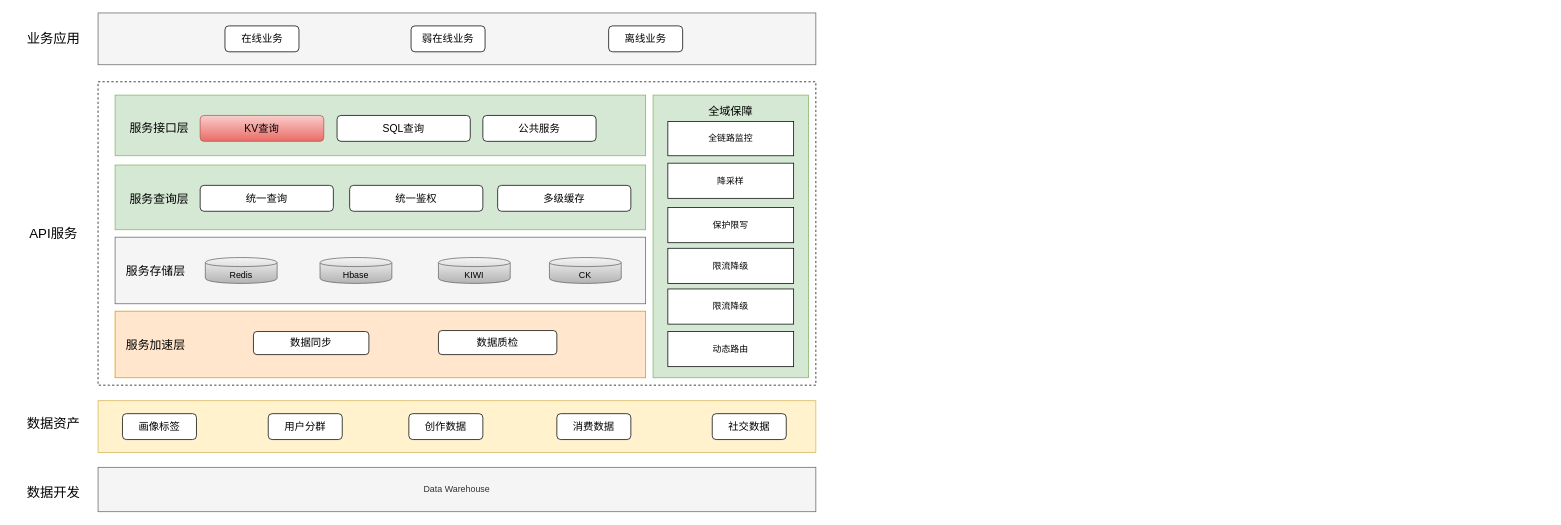
This is API服务架构图解.drawio from FlyThroughAir/DrawHere, a draw.io file, before an edit. Source tidied: cells renumbered, new cells numbered last; positions are measured from the earlier drawing's top-left corner, leaving out a move shared by most shapes. Both pictures are drawn from the tidied source at 74%, with x=0, y=0 at pixel (13, 13).
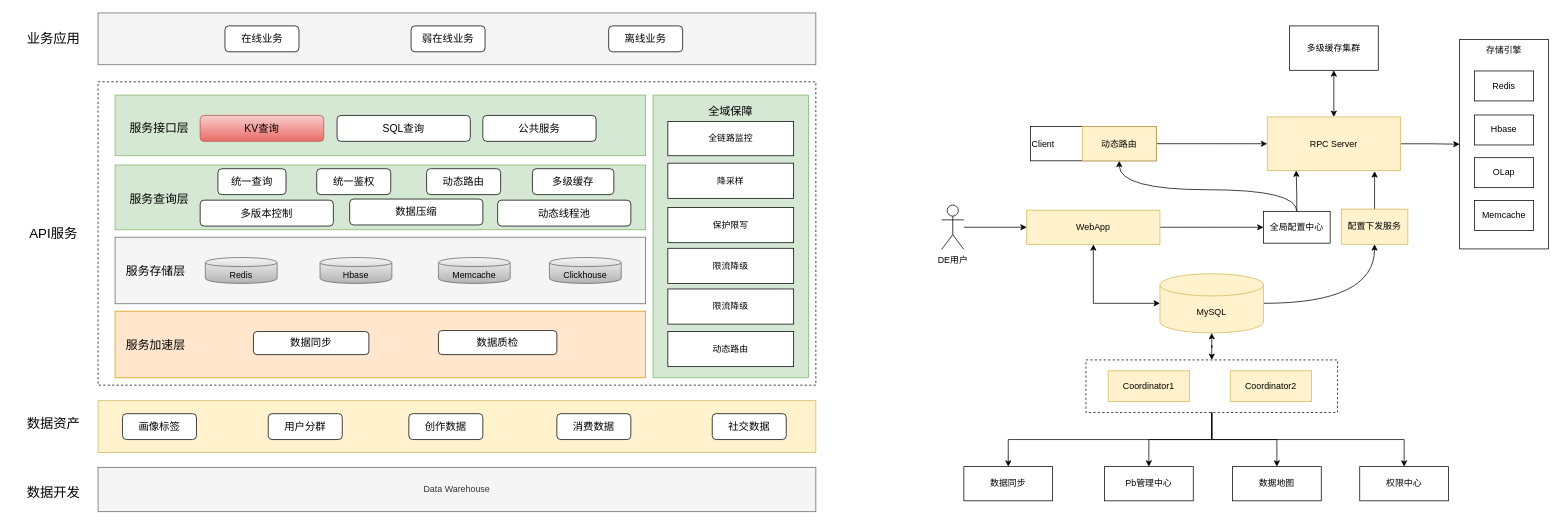
The same diagram, later.

Commit message:
更新API服务架构图解.drawio

Diff of the diagram source:
```diff
@@
+    <mxCell id="46" style="rounded=0;whiteSpace=wrap;html=1;dashed=1;" parent="1" vertex="1">
+      <mxGeometry x="1450" y="468.9" width="340" height="71" as="geometry" />
+    </mxCell>
@@
     <mxCell id="31" value="&lt;span style=&quot;font-size: 14px&quot;&gt;统一查询&lt;/span&gt;" style="rounded=1;whiteSpace=wrap;html=1;" parent="1" vertex="1">
-      <mxGeometry x="253" y="233" width="180" height="35" as="geometry" />
+      <mxGeometry x="277" y="210.5" width="92" height="35" as="geometry" />
     </mxCell>
     <mxCell id="32" value="&lt;span style=&quot;font-size: 14px&quot;&gt;统一鉴权&lt;/span&gt;" style="rounded=1;whiteSpace=wrap;html=1;" parent="1" vertex="1">
-      <mxGeometry x="455" y="233" width="180" height="35" as="geometry" />
+      <mxGeometry x="410.5" y="210.5" width="100" height="35" as="geometry" />
     </mxCell>
     <mxCell id="33" value="&lt;span style=&quot;font-size: 14px&quot;&gt;多级缓存&lt;/span&gt;" style="rounded=1;whiteSpace=wrap;html=1;" parent="1" vertex="1">
-      <mxGeometry x="655" y="233" width="180" height="35" as="geometry" />
+      <mxGeometry x="702" y="210.5" width="110" height="35" as="geometry" />
     </mxCell>
@@
-    <mxCell id="36" value="KIWI" style="shape=cylinder;whiteSpace=wrap;html=1;boundedLbl=1;backgroundOutline=1;fillColor=#f5f5f5;strokeColor=#666666;gradientColor=#b3b3b3;" parent="1" vertex="1">
+    <mxCell id="36" value="Memcache" style="shape=cylinder;whiteSpace=wrap;html=1;boundedLbl=1;backgroundOutline=1;fillColor=#f5f5f5;strokeColor=#666666;gradientColor=#b3b3b3;" parent="1" vertex="1">
       <mxGeometry x="575" y="330.5" width="97" height="35" as="geometry" />
     </mxCell>
-    <mxCell id="37" value="CK" style="shape=cylinder;whiteSpace=wrap;html=1;boundedLbl=1;backgroundOutline=1;gradientColor=#b3b3b3;fillColor=#f5f5f5;strokeColor=#666666;" parent="1" vertex="1">
+    <mxCell id="37" value="Clickhouse" style="shape=cylinder;whiteSpace=wrap;html=1;boundedLbl=1;backgroundOutline=1;gradientColor=#b3b3b3;fillColor=#f5f5f5;strokeColor=#666666;" parent="1" vertex="1">
       <mxGeometry x="725" y="330.5" width="97" height="35" as="geometry" />
     </mxCell>
@@
+    <mxCell id="47" style="edgeStyle=orthogonalEdgeStyle;rounded=0;jettySize=auto;html=1;startArrow=classic;startFill=1;" parent="1" edge="1" source="49" target="68">
+      <mxGeometry relative="1" as="geometry" />
+    </mxCell>
+    <mxCell id="48" style="edgeStyle=orthogonalEdgeStyle;rounded=0;jettySize=auto;html=1;entryX=0;entryY=0.5;entryDx=0;entryDy=0;" parent="1" edge="1" source="49" target="69">
+      <mxGeometry relative="1" as="geometry" />
+    </mxCell>
+    <mxCell id="49" value="RPC Server" style="rounded=0;whiteSpace=wrap;html=1;fillColor=#fff2cc;strokeColor=#d6b656;" parent="1" vertex="1">
+      <mxGeometry x="1695" y="140.5" width="180" height="72.5" as="geometry" />
+    </mxCell>
+    <mxCell id="50" style="edgeStyle=orthogonalEdgeStyle;curved=1;rounded=0;jettySize=auto;html=1;entryX=0.217;entryY=0.998;entryDx=0;entryDy=0;entryPerimeter=0;startArrow=none;startFill=0;" parent="1" edge="1" source="52" target="49">
+      <mxGeometry relative="1" as="geometry" />
+    </mxCell>
+    <mxCell id="51" style="edgeStyle=orthogonalEdgeStyle;curved=1;rounded=0;jettySize=auto;html=1;startArrow=none;startFill=0;" parent="1" edge="1" source="52" target="82">
+      <mxGeometry relative="1" as="geometry">
+        <Array as="points">
+          <mxPoint x="1735" y="238.9" />
+          <mxPoint x="1495" y="238.9" />
+        </Array>
+      </mxGeometry>
+    </mxCell>
+    <mxCell id="52" value="全局配置中心" style="rounded=0;whiteSpace=wrap;html=1;" parent="1" vertex="1">
+      <mxGeometry x="1690" y="268.1" width="90" height="43" as="geometry" />
+    </mxCell>
+    <mxCell id="53" style="edgeStyle=orthogonalEdgeStyle;curved=1;rounded=0;jettySize=auto;html=1;entryX=0.5;entryY=1;entryDx=0;entryDy=0;startArrow=none;startFill=0;" parent="1" edge="1" source="54" target="84">
+      <mxGeometry relative="1" as="geometry" />
+    </mxCell>
+    <mxCell id="54" value="MySQL" style="shape=cylinder3;whiteSpace=wrap;html=1;boundedLbl=1;backgroundOutline=1;size=15;fillColor=#fff2cc;strokeColor=#d6b656;" parent="1" vertex="1">
+      <mxGeometry x="1550" y="352.4" width="140" height="80" as="geometry" />
+    </mxCell>
+    <mxCell id="55" style="edgeStyle=orthogonalEdgeStyle;rounded=0;jettySize=auto;html=1;entryX=0;entryY=0.5;entryDx=0;entryDy=0;entryPerimeter=0;exitX=0.5;exitY=1;exitDx=0;exitDy=0;startArrow=classic;startFill=1;" parent="1" edge="1" source="57" target="54">
+      <mxGeometry relative="1" as="geometry" />
+    </mxCell>
+    <mxCell id="56" style="edgeStyle=orthogonalEdgeStyle;curved=1;rounded=0;jettySize=auto;html=1;entryX=0;entryY=0.5;entryDx=0;entryDy=0;startArrow=none;startFill=0;" parent="1" edge="1" source="57" target="52">
+      <mxGeometry relative="1" as="geometry" />
+    </mxCell>
+    <mxCell id="57" value="WebApp" style="rounded=0;whiteSpace=wrap;html=1;fillColor=#fff2cc;strokeColor=#d6b656;" parent="1" vertex="1">
+      <mxGeometry x="1370" y="266.5" width="180" height="46.2" as="geometry" />
+    </mxCell>
+    <mxCell id="58" style="edgeStyle=orthogonalEdgeStyle;rounded=0;jettySize=auto;html=1;" parent="1" edge="1" source="59" target="57">
+      <mxGeometry relative="1" as="geometry" />
+    </mxCell>
+    <mxCell id="59" value="DE用户" style="shape=umlActor;verticalLabelPosition=bottom;verticalAlign=top;html=1;outlineConnect=0;" parent="1" vertex="1">
+      <mxGeometry x="1255" y="259.6" width="30" height="60" as="geometry" />
+    </mxCell>
+    <mxCell id="60" style="edgeStyle=orthogonalEdgeStyle;rounded=0;jettySize=auto;html=1;startArrow=classic;startFill=1;" parent="1" edge="1" source="46" target="54">
+      <mxGeometry relative="1" as="geometry" />
+    </mxCell>
+    <mxCell id="61" style="edgeStyle=orthogonalEdgeStyle;rounded=0;jettySize=auto;html=1;entryX=0.5;entryY=0;entryDx=0;entryDy=0;exitX=0.5;exitY=1;exitDx=0;exitDy=0;" parent="1" edge="1" source="46" target="74">
+      <mxGeometry relative="1" as="geometry" />
+    </mxCell>
+    <mxCell id="62" style="edgeStyle=orthogonalEdgeStyle;rounded=0;jettySize=auto;html=1;entryX=0.5;entryY=0;entryDx=0;entryDy=0;" parent="1" edge="1" source="46" target="75">
+      <mxGeometry relative="1" as="geometry" />
+    </mxCell>
+    <mxCell id="63" style="edgeStyle=orthogonalEdgeStyle;rounded=0;jettySize=auto;html=1;exitX=0.5;exitY=1;exitDx=0;exitDy=0;" parent="1" edge="1" source="46" target="76">
+      <mxGeometry relative="1" as="geometry" />
+    </mxCell>
+    <mxCell id="64" style="edgeStyle=orthogonalEdgeStyle;rounded=0;jettySize=auto;html=1;exitX=0.5;exitY=1;exitDx=0;exitDy=0;" parent="1" edge="1" source="46" target="77">
+      <mxGeometry relative="1" as="geometry" />
+    </mxCell>
+    <mxCell id="65" value="Coordinator1" style="rounded=0;whiteSpace=wrap;html=1;fillColor=#fff2cc;strokeColor=#d6b656;" parent="1" vertex="1">
+      <mxGeometry x="1480" y="483.6" width="110" height="41.5" as="geometry" />
+    </mxCell>
+    <mxCell id="66" style="edgeStyle=orthogonalEdgeStyle;rounded=0;jettySize=auto;html=1;entryX=0;entryY=0.5;entryDx=0;entryDy=0;" parent="1" edge="1" source="67" target="49">
+      <mxGeometry relative="1" as="geometry" />
+    </mxCell>
+    <mxCell id="67" value="Client" style="rounded=0;whiteSpace=wrap;html=1;align=left;" parent="1" vertex="1">
+      <mxGeometry x="1375" y="153.6" width="170" height="46.2" as="geometry" />
+    </mxCell>
+    <mxCell id="68" value="多级缓存集群" style="rounded=0;whiteSpace=wrap;html=1;" parent="1" vertex="1">
+      <mxGeometry x="1725" y="17.5" width="120" height="60" as="geometry" />
+    </mxCell>
+    <mxCell id="69" value="存储引擎" style="rounded=0;whiteSpace=wrap;html=1;verticalAlign=top;" parent="1" vertex="1">
+      <mxGeometry x="1955" y="35.9" width="120" height="283" as="geometry" />
+    </mxCell>
+    <mxCell id="70" value="Redis" style="rounded=0;whiteSpace=wrap;html=1;" parent="1" vertex="1">
+      <mxGeometry x="1975" y="78.4" width="80" height="40.5" as="geometry" />
+    </mxCell>
+    <mxCell id="71" value="Hbase" style="rounded=0;whiteSpace=wrap;html=1;" parent="1" vertex="1">
+      <mxGeometry x="1975" y="137.9" width="80" height="40.5" as="geometry" />
+    </mxCell>
+    <mxCell id="72" value="OLap" style="rounded=0;whiteSpace=wrap;html=1;" parent="1" vertex="1">
+      <mxGeometry x="1975" y="195.6" width="80" height="40.5" as="geometry" />
+    </mxCell>
+    <mxCell id="73" value="Memcache" style="rounded=0;whiteSpace=wrap;html=1;" parent="1" vertex="1">
+      <mxGeometry x="1975" y="253.4" width="80" height="40.5" as="geometry" />
+    </mxCell>
+    <mxCell id="74" value="数据同步" style="rounded=0;whiteSpace=wrap;html=1;" parent="1" vertex="1">
+      <mxGeometry x="1285" y="613.1" width="120" height="46.2" as="geometry" />
+    </mxCell>
+    <mxCell id="75" value="Pb管理中心" style="rounded=0;whiteSpace=wrap;html=1;" parent="1" vertex="1">
+      <mxGeometry x="1475" y="613.1" width="120" height="46.2" as="geometry" />
+    </mxCell>
+    <mxCell id="76" value="数据地图" style="rounded=0;whiteSpace=wrap;html=1;" parent="1" vertex="1">
+      <mxGeometry x="1648" y="613.1" width="120" height="46.2" as="geometry" />
+    </mxCell>
+    <mxCell id="77" value="权限中心" style="rounded=0;whiteSpace=wrap;html=1;" parent="1" vertex="1">
+      <mxGeometry x="1820" y="613.1" width="120" height="46.2" as="geometry" />
+    </mxCell>
+    <mxCell id="78" value="&lt;span style=&quot;font-size: 14px&quot;&gt;多版本控制&lt;/span&gt;" style="rounded=1;whiteSpace=wrap;html=1;" parent="1" vertex="1">
+      <mxGeometry x="253" y="253" width="180" height="35" as="geometry" />
+    </mxCell>
+    <mxCell id="79" value="&lt;span style=&quot;font-size: 14px&quot;&gt;数据压缩&lt;/span&gt;" style="rounded=1;whiteSpace=wrap;html=1;" parent="1" vertex="1">
+      <mxGeometry x="455" y="251.5" width="180" height="35" as="geometry" />
+    </mxCell>
+    <mxCell id="80" value="&lt;span style=&quot;font-size: 14px&quot;&gt;动态线程池&lt;/span&gt;" style="rounded=1;whiteSpace=wrap;html=1;" parent="1" vertex="1">
+      <mxGeometry x="655" y="253" width="180" height="35" as="geometry" />
+    </mxCell>
+    <mxCell id="81" value="&lt;span style=&quot;font-size: 14px&quot;&gt;动态路由&lt;/span&gt;" style="rounded=1;whiteSpace=wrap;html=1;" parent="1" vertex="1">
+      <mxGeometry x="559" y="210.5" width="100" height="35" as="geometry" />
+    </mxCell>
+    <mxCell id="82" value="动态路由" style="rounded=0;whiteSpace=wrap;html=1;align=center;fillColor=#fff2cc;strokeColor=#d6b656;" parent="1" vertex="1">
+      <mxGeometry x="1445" y="153.6" width="100" height="46.2" as="geometry" />
+    </mxCell>
+    <mxCell id="83" style="edgeStyle=orthogonalEdgeStyle;curved=1;rounded=0;jettySize=auto;html=1;entryX=0.806;entryY=1.012;entryDx=0;entryDy=0;entryPerimeter=0;startArrow=none;startFill=0;" parent="1" edge="1" source="84" target="49">
+      <mxGeometry relative="1" as="geometry" />
+    </mxCell>
+    <mxCell id="84" value="配置下发服务" style="rounded=0;whiteSpace=wrap;html=1;fillColor=#fff2cc;strokeColor=#d6b656;" parent="1" vertex="1">
+      <mxGeometry x="1795" y="265.1" width="90" height="47.5" as="geometry" />
+    </mxCell>
+    <mxCell id="85" value="Coordinator2" style="rounded=0;whiteSpace=wrap;html=1;fillColor=#fff2cc;strokeColor=#d6b656;" parent="1" vertex="1">
+      <mxGeometry x="1645" y="483.6" width="110" height="41.5" as="geometry" />
+    </mxCell>
```
